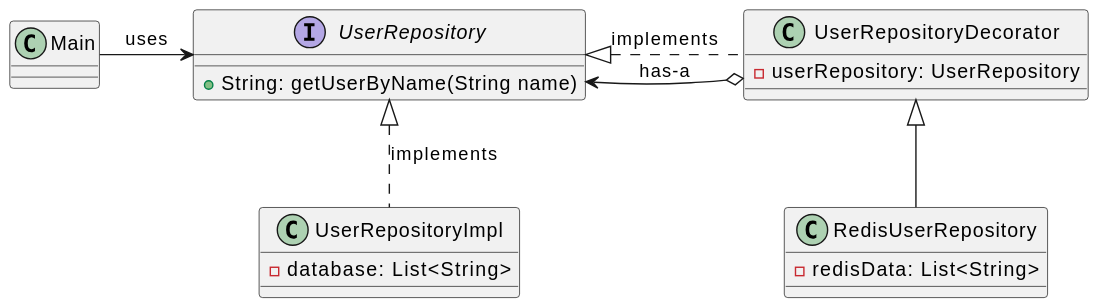
miguelarian/design-patterns keeps this PlantUML diagram as Decorator/class-diagram.svg. Above is the earlier version.
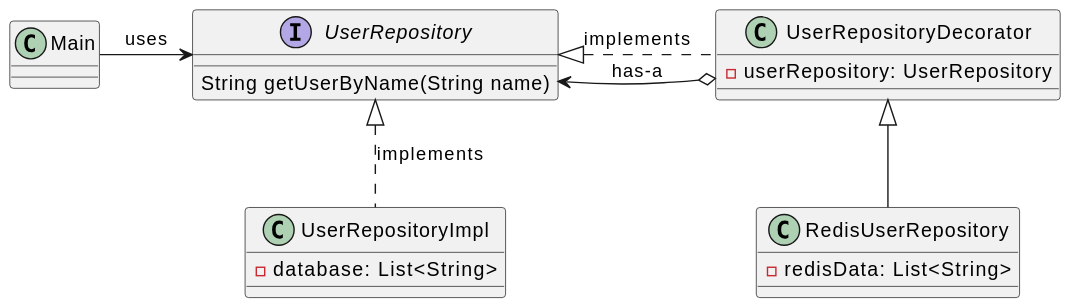
Later version of the same file.

Commit message:
fix plantuml syntax errors

Change to the diagram source:
```diff
@@ -1,6 +1,6 @@
 @startuml
 interface UserRepository {
-    + String: getUserByName(String name)
+    String getUserByName(String name)
 }
 class UserRepositoryImpl {
     - database: List<String>
```
